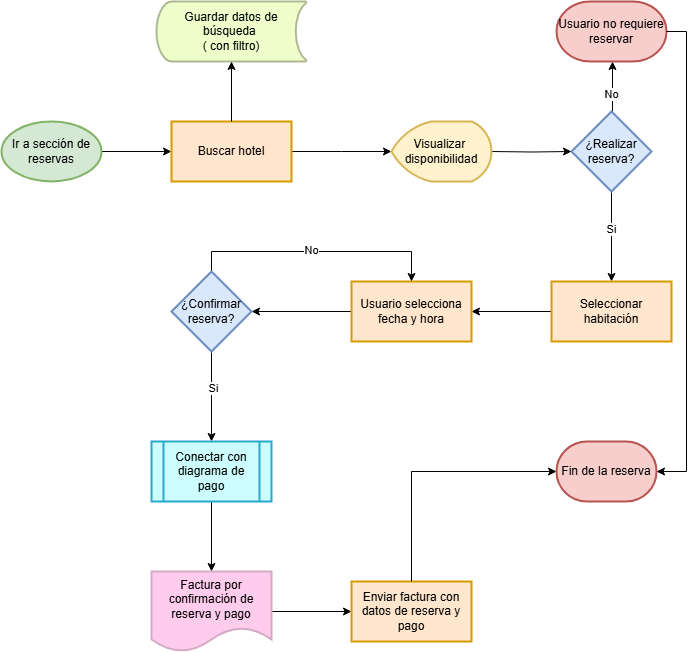
Above: Flujograma de reserva de habitación.drawio.png in DjGuetta/App-Hotel-Management (draw.io), before the change. Source tidied: cells renumbered, new cells last; positions are measured from the earlier drawing's top-left corner, leaving out a move shared by most shapes.
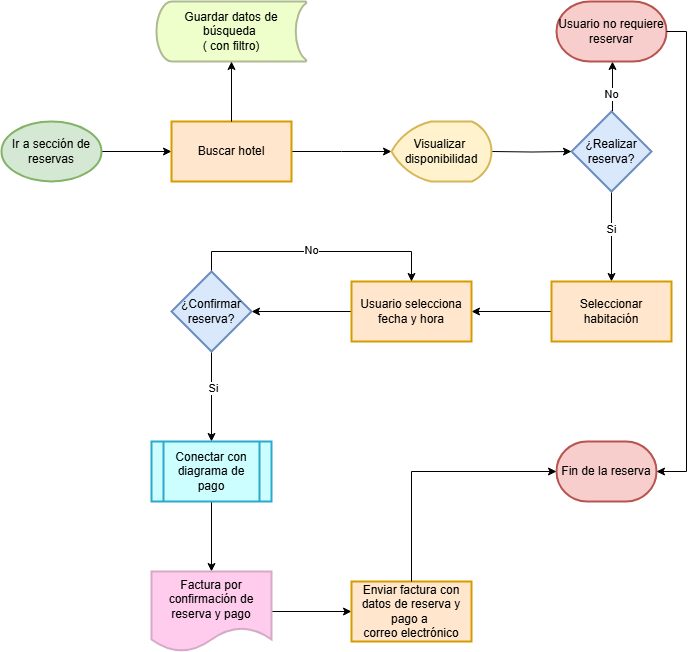
Later version of the same file.

Change to the diagram source:
```diff
@@ -95,7 +95,7 @@
     <mxCell id="28" value="Factura por confirmación de reserva y pago" style="shape=document;whiteSpace=wrap;html=1;boundedLbl=1;strokeWidth=2;fillColor=#FFCCEE;strokeColor=#D5AAC5;" parent="1" vertex="1">
       <mxGeometry x="150" y="570" width="120" height="80" as="geometry" />
     </mxCell>
-    <mxCell id="29" value="Enviar factura con datos de reserva y pago" style="whiteSpace=wrap;html=1;strokeWidth=2;fillColor=#ffe6cc;strokeColor=#d79b00;" parent="1" vertex="1">
+    <mxCell id="29" value="Enviar factura con datos de reserva y pago a&amp;nbsp;&lt;div&gt;correo electrónico&lt;/div&gt;" style="whiteSpace=wrap;html=1;strokeWidth=2;fillColor=#ffe6cc;strokeColor=#d79b00;" parent="1" vertex="1">
       <mxGeometry x="350" y="580" width="120" height="60" as="geometry" />
     </mxCell>
     <mxCell id="30" style="edgeStyle=orthogonalEdgeStyle;rounded=0;jettySize=auto;html=1;exitX=0.5;exitY=0;exitDx=0;exitDy=0;entryX=0;entryY=0.5;entryDx=0;entryDy=0;entryPerimeter=0;" parent="1" edge="1" source="29" target="26">
```
